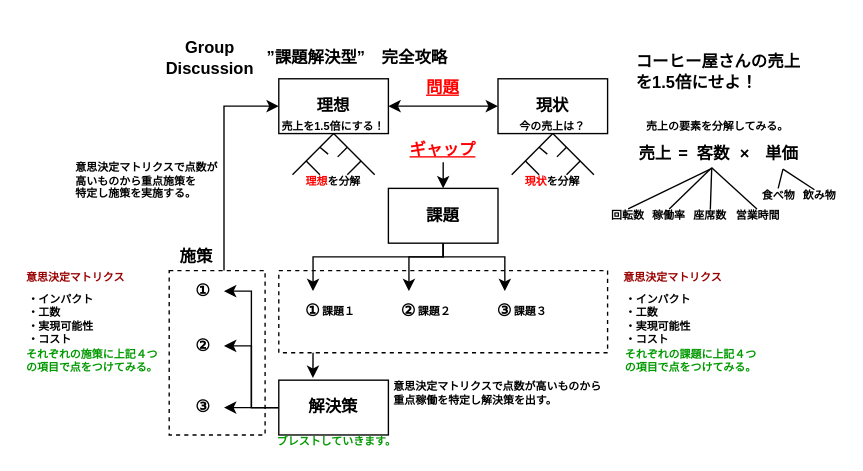
This is GD完全攻略.drawio from reizo0901/drawio, a draw.io file, before an edit. Source tidied: cells renumbered, new cells numbered last; positions are measured from the earlier drawing's top-left corner, leaving out a move shared by most shapes. Both pictures are drawn from the tidied source at 137%, with x=0, y=0 at pixel (23, 37).
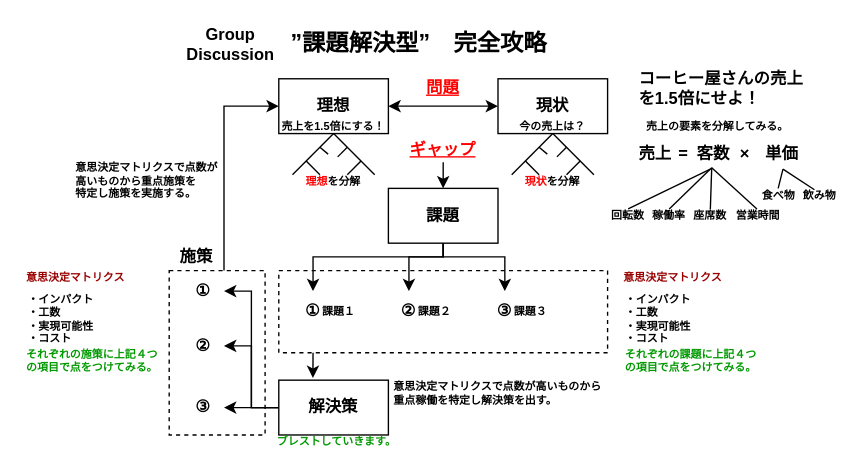
Above is the later version.

Commit message:
GD完全攻略.drawio を更新します

Diff of the diagram source:
```diff
@@
     <mxCell id="39" value="Group Discussion" style="text;html=1;align=center;verticalAlign=middle;whiteSpace=wrap;rounded=0;fontStyle=1;" parent="1" vertex="1">
-      <mxGeometry x="106" width="60" height="30" as="geometry" />
+      <mxGeometry x="121" y="-10" width="60" height="30" as="geometry" />
     </mxCell>
-    <mxCell id="40" value="”課題解決型”　完全攻略" style="text;html=1;align=center;verticalAlign=middle;whiteSpace=wrap;rounded=0;fontStyle=1;" parent="1" vertex="1">
-      <mxGeometry x="171" width="145" height="30" as="geometry" />
+    <mxCell id="40" value="”課題解決型”　完全攻略" style="text;html=1;align=center;verticalAlign=middle;whiteSpace=wrap;rounded=0;fontStyle=1;fontSize=17;" parent="1" vertex="1">
+      <mxGeometry x="181" y="-10" width="215" height="30" as="geometry" />
     </mxCell>
     <mxCell id="41" value="コーヒー屋さんの売上を1.5倍にせよ！" style="text;html=1;align=left;verticalAlign=middle;whiteSpace=wrap;rounded=0;fontStyle=1;" parent="1" vertex="1">
-      <mxGeometry x="445" y="10" width="130" height="30" as="geometry" />
+      <mxGeometry x="447" y="22" width="130" height="30" as="geometry" />
     </mxCell>
```
